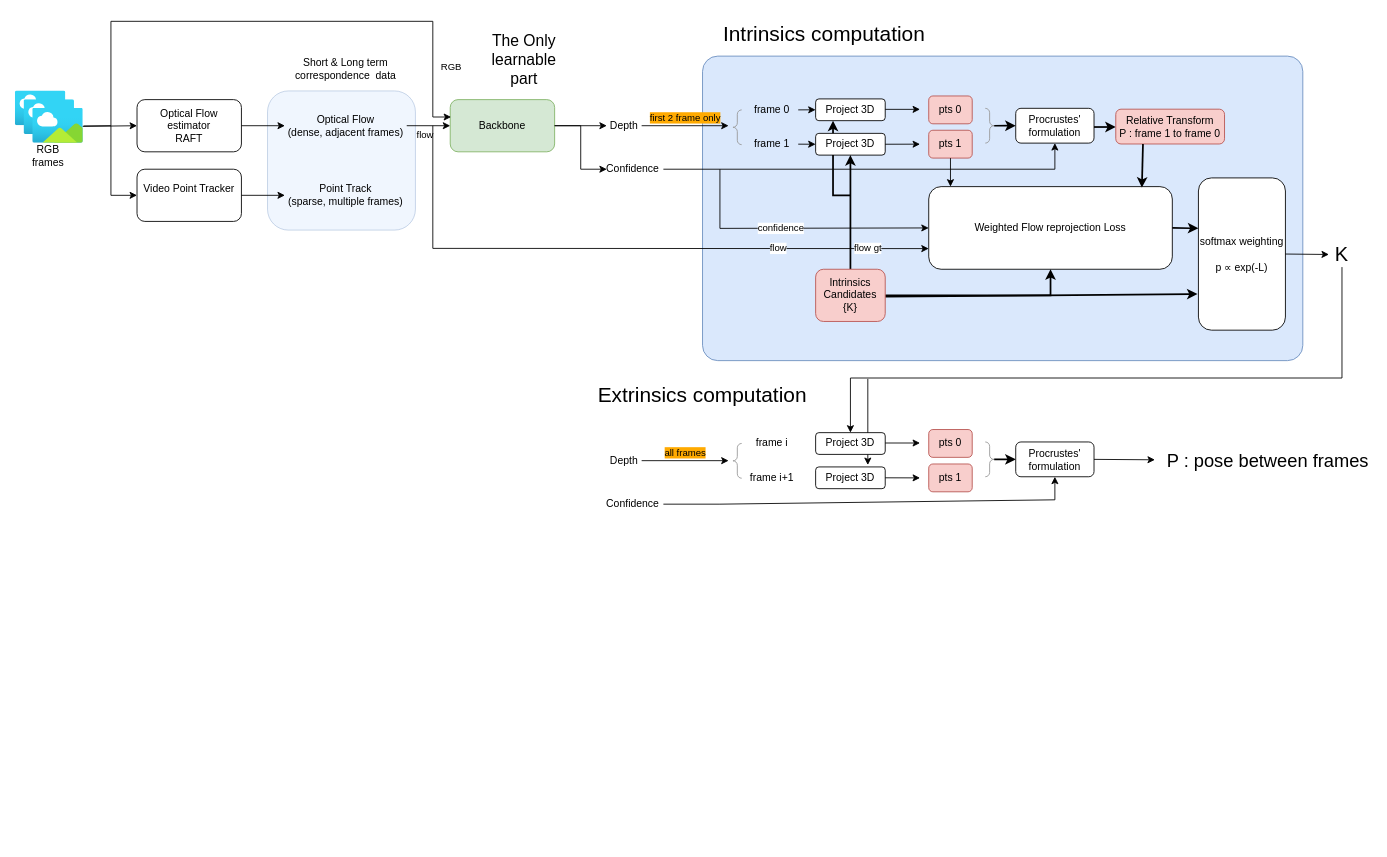
Above: flowmap.drawio in infinity1096/CV-network-fulltrace (draw.io), before the change. Source tidied: cells renumbered, new cells numbered last; positions are measured from the earlier drawing's top-left corner, leaving out a move shared by most shapes. Both pictures are drawn from the tidied source at 87%, with x=0, y=0 at pixel (15, 21).
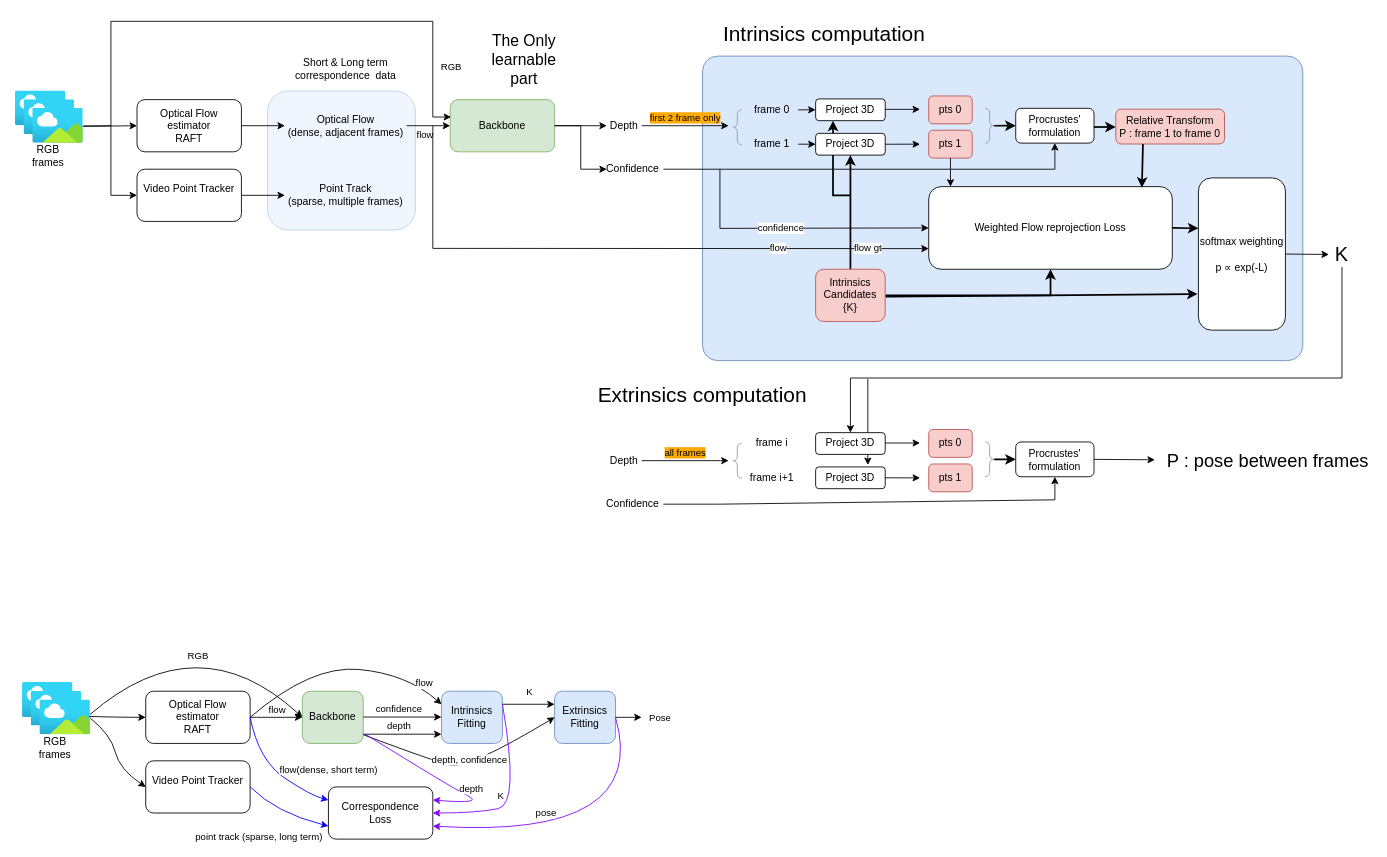
The same page after the edit.

What changed in the source:
```diff
@@
+    <mxCell id="86" style="image;html=1;align=center;fontSize=12;image=img/lib/azure2/general/Image.svg;" parent="1" vertex="1">
+      <mxGeometry x="8.2" y="760" width="58.2" height="40" as="geometry" />
+    </mxCell>
+    <mxCell id="87" style="image;html=1;align=center;fontSize=12;image=img/lib/azure2/general/Image.svg;" parent="1" vertex="1">
+      <mxGeometry x="18.2" y="770" width="58.2" height="40" as="geometry" />
+    </mxCell>
+    <mxCell id="88" style="image;html=1;points=[];align=center;fontSize=12;image=img/lib/azure2/general/Image.svg;" parent="1" vertex="1">
+      <mxGeometry x="28.2" y="780" width="58.2" height="40" as="geometry" />
+    </mxCell>
+    <mxCell id="89" value="RGB frames" style="text;html=1;align=center;verticalAlign=middle;whiteSpace=wrap;rounded=0;" parent="1" vertex="1">
+      <mxGeometry x="16.4" y="820" width="60" height="30" as="geometry" />
+    </mxCell>
+    <mxCell id="90" value="Optical Flow estimator&lt;div&gt;RAFT&lt;/div&gt;" style="rounded=1;whiteSpace=wrap;html=1;" parent="1" vertex="1">
+      <mxGeometry x="150" y="770" width="120" height="60" as="geometry" />
+    </mxCell>
+    <mxCell id="91" value="Video Point Tracker&lt;div&gt;&lt;br&gt;&lt;/div&gt;" style="rounded=1;whiteSpace=wrap;html=1;" parent="1" vertex="1">
+      <mxGeometry x="150" y="850" width="120" height="60" as="geometry" />
+    </mxCell>
+    <mxCell id="92" style="edgeStyle=orthogonalEdgeStyle;rounded=0;orthogonalLoop=1;jettySize=auto;html=1;" parent="1" edge="1">
+      <mxGeometry relative="1" as="geometry">
+        <mxPoint x="400" y="819.4" as="sourcePoint" />
+        <mxPoint x="490" y="819.4" as="targetPoint" />
+      </mxGeometry>
+    </mxCell>
+    <mxCell id="93" value="depth" style="edgeLabel;html=1;align=center;verticalAlign=middle;" parent="92" vertex="1">
+      <mxGeometry x="0.17" relative="1" as="geometry">
+        <mxPoint x="-13" y="-10" as="offset" />
+      </mxGeometry>
+    </mxCell>
+    <mxCell id="94" value="Backbone" style="rounded=1;whiteSpace=wrap;html=1;fillColor=#d5e8d4;strokeColor=#82b366;" parent="1" vertex="1">
+      <mxGeometry x="330" y="770" width="70" height="60" as="geometry" />
+    </mxCell>
+    <mxCell id="95" style="curved=1;endArrow=classic;html=1;rounded=0;exitX=0.996;exitY=0.52;exitDx=0;exitDy=0;exitPerimeter=0;entryX=0;entryY=0.5;entryDx=0;entryDy=0;" parent="1" edge="1" source="88" target="91">
+      <mxGeometry relative="1" as="geometry">
+        <Array as="points">
+          <mxPoint x="110" y="820" />
+          <mxPoint x="120" y="860" />
+        </Array>
+      </mxGeometry>
+    </mxCell>
+    <mxCell id="96" style="curved=1;endArrow=classic;html=1;rounded=0;exitX=0.976;exitY=0.475;exitDx=0;exitDy=0;exitPerimeter=0;entryX=0;entryY=0.5;entryDx=0;entryDy=0;" parent="1" edge="1" source="88" target="90">
+      <mxGeometry relative="1" as="geometry">
+        <Array as="points">
+          <mxPoint x="120" y="800" />
+        </Array>
+      </mxGeometry>
+    </mxCell>
+    <mxCell id="97" style="curved=1;endArrow=classic;html=1;rounded=0;entryX=0;entryY=0.5;entryDx=0;entryDy=0;" parent="1" edge="1" target="94">
+      <mxGeometry relative="1" as="geometry">
+        <mxPoint x="270" y="800" as="sourcePoint" />
+      </mxGeometry>
+    </mxCell>
+    <mxCell id="98" value="flow" style="edgeLabel;html=1;align=center;verticalAlign=middle;" parent="97" vertex="1">
+      <mxGeometry x="-0.3" y="1" relative="1" as="geometry">
+        <mxPoint x="9" y="-9" as="offset" />
+      </mxGeometry>
+    </mxCell>
+    <mxCell id="99" value="Intrinsics&lt;div&gt;Fitting&lt;/div&gt;" style="rounded=1;whiteSpace=wrap;html=1;fillColor=#dae8fc;strokeColor=#6c8ebf;" parent="1" vertex="1">
+      <mxGeometry x="490" y="770" width="70" height="60" as="geometry" />
+    </mxCell>
+    <mxCell id="100" style="curved=1;endArrow=classic;html=1;rounded=0;entryX=0;entryY=0.25;entryDx=0;entryDy=0;exitX=1;exitY=0.25;exitDx=0;exitDy=0;" parent="1" edge="1">
+      <mxGeometry relative="1" as="geometry">
+        <mxPoint x="400" y="799.7" as="sourcePoint" />
+        <mxPoint x="490" y="799.7" as="targetPoint" />
+      </mxGeometry>
+    </mxCell>
+    <mxCell id="101" value="confidence" style="edgeLabel;html=1;align=center;verticalAlign=middle;" parent="100" vertex="1">
+      <mxGeometry x="-0.3" y="1" relative="1" as="geometry">
+        <mxPoint x="9" y="-9" as="offset" />
+      </mxGeometry>
+    </mxCell>
+    <mxCell id="102" style="curved=1;endArrow=classic;html=1;rounded=0;exitX=0.996;exitY=0.414;exitDx=0;exitDy=0;exitPerimeter=0;entryX=0;entryY=0.5;entryDx=0;entryDy=0;" parent="1" edge="1" source="88" target="94">
+      <mxGeometry relative="1" as="geometry">
+        <Array as="points">
+          <mxPoint x="210" y="690" />
+        </Array>
+      </mxGeometry>
+    </mxCell>
+    <mxCell id="103" value="RGB" style="edgeLabel;html=1;align=center;verticalAlign=middle;" parent="102" vertex="1">
+      <mxGeometry x="-0.22" y="-37" relative="1" as="geometry">
+        <mxPoint x="3" y="-12" as="offset" />
+      </mxGeometry>
+    </mxCell>
+    <mxCell id="104" style="curved=1;endArrow=classic;html=1;rounded=0;entryX=0;entryY=0.25;entryDx=0;entryDy=0;" parent="1" edge="1" target="99">
+      <mxGeometry relative="1" as="geometry">
+        <mxPoint x="270" y="800" as="sourcePoint" />
+        <Array as="points">
+          <mxPoint x="340" y="740" />
+          <mxPoint x="450" y="750" />
+        </Array>
+      </mxGeometry>
+    </mxCell>
+    <mxCell id="105" value="flow" style="edgeLabel;html=1;align=center;verticalAlign=middle;" parent="104" vertex="1">
+      <mxGeometry x="0.26" y="1" relative="1" as="geometry">
+        <mxPoint x="61" y="15" as="offset" />
+      </mxGeometry>
+    </mxCell>
+    <mxCell id="106" value="Extrinsics&lt;div&gt;Fitting&lt;/div&gt;" style="rounded=1;whiteSpace=wrap;html=1;fillColor=#dae8fc;strokeColor=#6c8ebf;" parent="1" vertex="1">
+      <mxGeometry x="620" y="770" width="70" height="60" as="geometry" />
+    </mxCell>
+    <mxCell id="107" style="endArrow=classic;html=1;rounded=0;exitX=1;exitY=0.25;exitDx=0;exitDy=0;entryX=0;entryY=0.25;entryDx=0;entryDy=0;" parent="1" edge="1" source="99" target="106">
+      <mxGeometry relative="1" as="geometry" />
+    </mxCell>
+    <mxCell id="108" value="K" style="edgeLabel;html=1;align=center;verticalAlign=middle;" parent="107" vertex="1">
+      <mxGeometry x="0.26" y="-1" relative="1" as="geometry">
+        <mxPoint x="-8" y="-16" as="offset" />
+      </mxGeometry>
+    </mxCell>
+    <mxCell id="109" style="curved=1;endArrow=classic;html=1;rounded=0;entryX=0;entryY=0.5;entryDx=0;entryDy=0;" parent="1" edge="1" target="106">
+      <mxGeometry relative="1" as="geometry">
+        <mxPoint x="400" y="820" as="sourcePoint" />
+        <Array as="points">
+          <mxPoint x="480" y="850" />
+          <mxPoint x="520" y="860" />
+        </Array>
+      </mxGeometry>
+    </mxCell>
+    <mxCell id="110" value="depth, confidence" style="edgeLabel;html=1;align=center;verticalAlign=middle;" parent="109" vertex="1">
+      <mxGeometry x="0.44" y="-1" relative="1" as="geometry">
+        <mxPoint x="-40" y="13" as="offset" />
+      </mxGeometry>
+    </mxCell>
+    <mxCell id="111" style="endArrow=classic;html=1;rounded=0;exitX=1;exitY=0.5;exitDx=0;exitDy=0;" parent="1" edge="1" source="106">
+      <mxGeometry relative="1" as="geometry">
+        <mxPoint x="720" y="800" as="targetPoint" />
+      </mxGeometry>
+    </mxCell>
+    <mxCell id="112" value="Pose" style="edgeLabel;html=1;align=center;verticalAlign=middle;" parent="111" vertex="1">
+      <mxGeometry x="0.28" relative="1" as="geometry">
+        <mxPoint x="31" as="offset" />
+      </mxGeometry>
+    </mxCell>
+    <mxCell id="113" value="Correspondence&lt;div&gt;Loss&lt;/div&gt;" style="rounded=1;whiteSpace=wrap;html=1;" parent="1" vertex="1">
+      <mxGeometry x="360" y="880" width="120" height="60" as="geometry" />
+    </mxCell>
+    <mxCell id="114" style="curved=1;endArrow=classic;html=1;rounded=0;exitX=1;exitY=0.5;exitDx=0;exitDy=0;entryX=0;entryY=0.25;entryDx=0;entryDy=0;strokeColor=#0000FF;" parent="1" edge="1" source="90" target="113">
+      <mxGeometry relative="1" as="geometry">
+        <Array as="points">
+          <mxPoint x="280" y="850" />
+          <mxPoint x="340" y="890" />
+        </Array>
+      </mxGeometry>
+    </mxCell>
+    <mxCell id="115" value="flow(dense, short term)" style="edgeLabel;html=1;align=center;verticalAlign=middle;" parent="114" vertex="1">
+      <mxGeometry x="0.34" y="-1" relative="1" as="geometry">
+        <mxPoint x="43" y="-16" as="offset" />
+      </mxGeometry>
+    </mxCell>
+    <mxCell id="116" style="curved=1;endArrow=classic;html=1;rounded=0;exitX=1;exitY=0.5;exitDx=0;exitDy=0;entryX=0;entryY=0.75;entryDx=0;entryDy=0;strokeColor=#0000FF;" parent="1" edge="1" source="91" target="113">
+      <mxGeometry relative="1" as="geometry">
+        <Array as="points">
+          <mxPoint x="300" y="910" />
+        </Array>
+      </mxGeometry>
+    </mxCell>
+    <mxCell id="117" value="point track (sparse, long term)" style="edgeLabel;html=1;align=center;verticalAlign=middle;" parent="116" vertex="1">
+      <mxGeometry x="0.06" y="1" relative="1" as="geometry">
+        <mxPoint x="-33" y="24" as="offset" />
+      </mxGeometry>
+    </mxCell>
+    <mxCell id="118" value="depth" style="curved=1;endArrow=classic;html=1;rounded=0;exitX=1.027;exitY=0.817;exitDx=0;exitDy=0;entryX=1;entryY=0.25;entryDx=0;entryDy=0;strokeColor=#7F00FF;exitPerimeter=0;" parent="1" edge="1" source="94" target="113">
+      <mxGeometry x="0.25" y="9" relative="1" as="geometry">
+        <Array as="points">
+          <mxPoint x="500" y="880" />
+          <mxPoint x="540" y="900" />
+        </Array>
+      </mxGeometry>
+    </mxCell>
+    <mxCell id="119" style="curved=1;endArrow=classic;html=1;rounded=0;exitX=1;exitY=0.25;exitDx=0;exitDy=0;entryX=1;entryY=0.5;entryDx=0;entryDy=0;strokeColor=#7F00FF;" parent="1" edge="1" source="99" target="113">
+      <mxGeometry relative="1" as="geometry">
+        <Array as="points">
+          <mxPoint x="580" y="900" />
+          <mxPoint x="530" y="910" />
+        </Array>
+      </mxGeometry>
+    </mxCell>
+    <mxCell id="120" value="K" style="edgeLabel;html=1;align=center;verticalAlign=middle;" parent="119" vertex="1">
+      <mxGeometry x="0.29" relative="1" as="geometry">
+        <mxPoint y="-15" as="offset" />
+      </mxGeometry>
+    </mxCell>
+    <mxCell id="121" style="curved=1;endArrow=classic;html=1;rounded=0;exitX=1;exitY=0.5;exitDx=0;exitDy=0;entryX=1;entryY=0.75;entryDx=0;entryDy=0;strokeColor=#7F00FF;" parent="1" edge="1" source="106" target="113">
+      <mxGeometry relative="1" as="geometry">
+        <Array as="points">
+          <mxPoint x="730" y="940" />
+        </Array>
+      </mxGeometry>
+    </mxCell>
+    <mxCell id="122" value="pose" style="edgeLabel;html=1;align=center;verticalAlign=middle;" parent="121" vertex="1">
+      <mxGeometry x="0.18" y="-25" relative="1" as="geometry">
+        <mxPoint x="-34" as="offset" />
+      </mxGeometry>
+    </mxCell>
```
